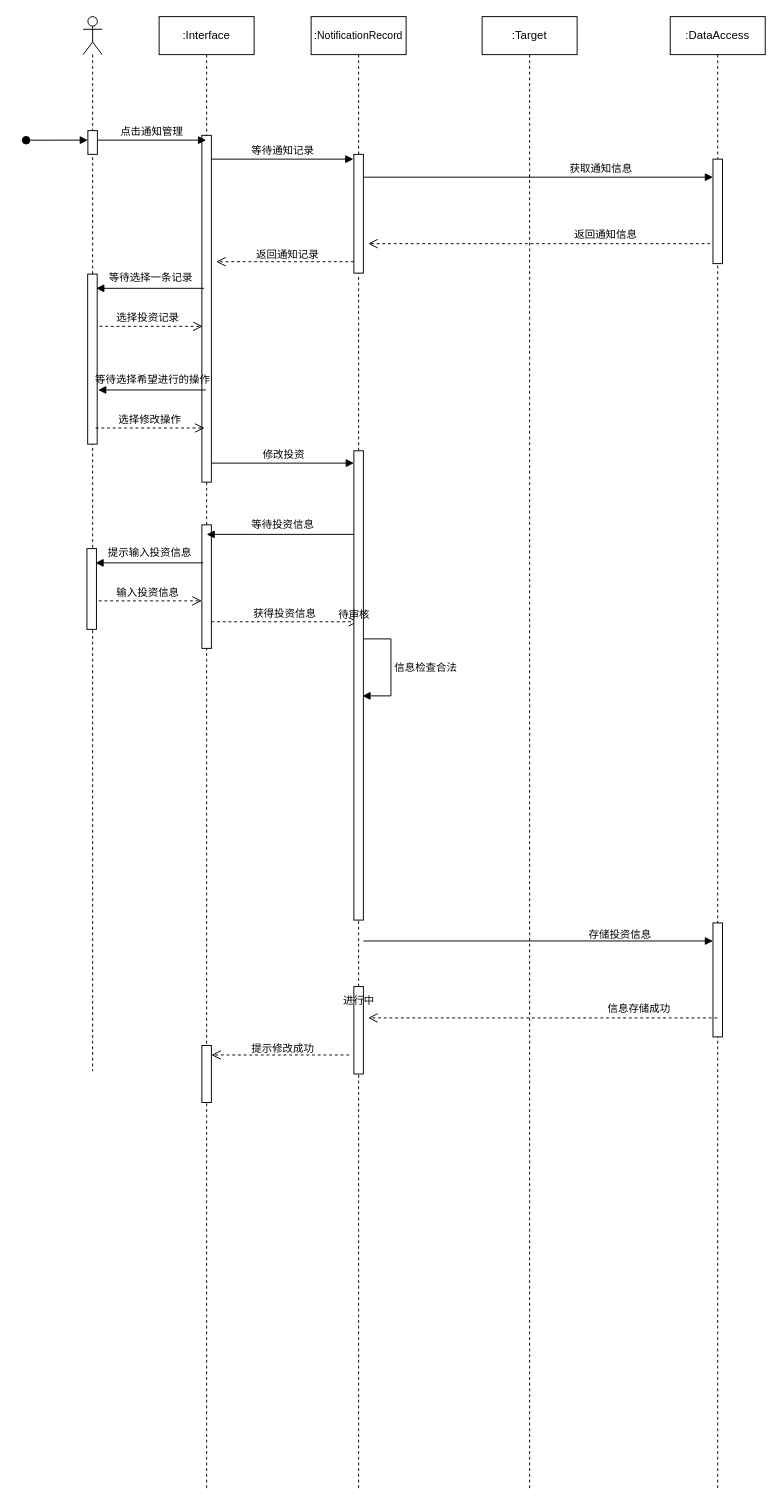
This is 通知管理时序图-异常流-不可修改已过期通知.drawio from PomeloLemon/SoftwareDiagrams, a draw.io file, before an edit. Source tidied: cells renumbered, new cells numbered last; positions are measured from the earlier drawing's top-left corner, leaving out a move shared by most shapes. Both pictures are drawn from the tidied source at 95%, with x=0, y=0 at pixel (26, 16).
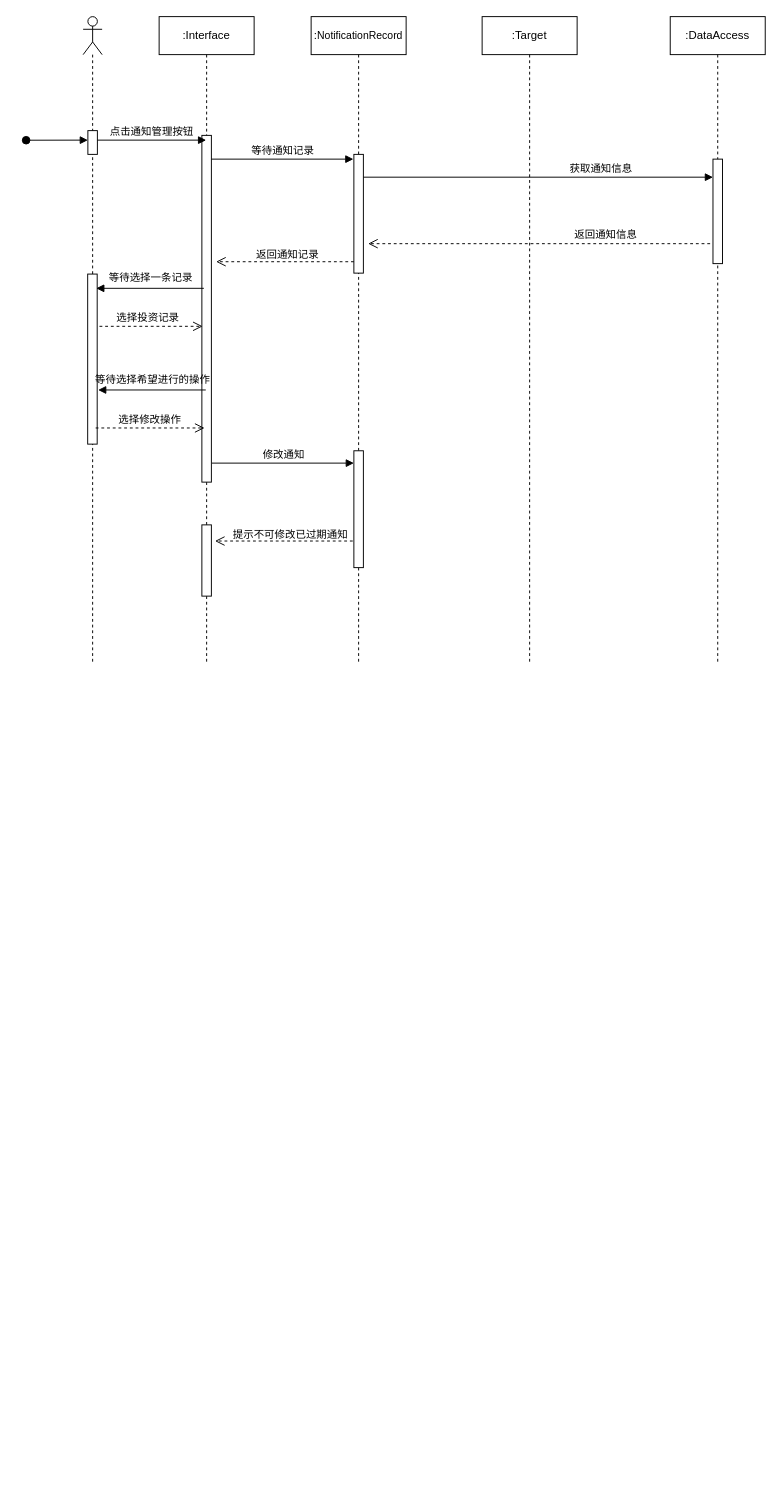
After the change.

Commit message:
更新通知管理时序图-异常流-不可修改已过期通知.drawio

Diff of the diagram source:
```diff
@@
     <mxCell id="2" value="&lt;font style=&quot;font-size: 12px;&quot;&gt;:&lt;/font&gt;&lt;font style=&quot;font-size: 11px;&quot;&gt;&lt;font style=&quot;&quot;&gt;Notification&lt;/font&gt;&lt;font style=&quot;&quot;&gt;Record&lt;/font&gt;&lt;/font&gt;" style="shape=umlLifeline;perimeter=lifelinePerimeter;whiteSpace=wrap;html=1;newEdgeStyle={&quot;edgeStyle&quot;:&quot;elbowEdgeStyle&quot;,&quot;elbow&quot;:&quot;vertical&quot;,&quot;curved&quot;:0,&quot;rounded&quot;:0};" parent="1" vertex="1">
-      <mxGeometry x="300" width="100" height="1550" as="geometry" />
+      <mxGeometry x="300" width="100" height="680" as="geometry" />
     </mxCell>
     <mxCell id="3" value="&lt;font style=&quot;font-size: 12px;&quot;&gt;:Target&lt;/font&gt;" style="shape=umlLifeline;perimeter=lifelinePerimeter;whiteSpace=wrap;html=1;newEdgeStyle={&quot;edgeStyle&quot;:&quot;elbowEdgeStyle&quot;,&quot;elbow&quot;:&quot;vertical&quot;,&quot;curved&quot;:0,&quot;rounded&quot;:0};" parent="1" vertex="1">
-      <mxGeometry x="480" width="100" height="1550" as="geometry" />
+      <mxGeometry x="480" width="100" height="680" as="geometry" />
     </mxCell>
     <mxCell id="4" style="shape=umlLifeline;perimeter=lifelinePerimeter;whiteSpace=wrap;html=1;newEdgeStyle={&quot;curved&quot;:0,&quot;rounded&quot;:0};participant=umlActor;" parent="1" vertex="1">
-      <mxGeometry x="60" width="20" height="1110" as="geometry" />
+      <mxGeometry x="60" width="20" height="680" as="geometry" />
     </mxCell>
     <mxCell id="5" value=":Interface" style="shape=umlLifeline;perimeter=lifelinePerimeter;whiteSpace=wrap;html=1;newEdgeStyle={&quot;curved&quot;:0,&quot;rounded&quot;:0};" parent="1" vertex="1">
-      <mxGeometry x="140" width="100" height="1550" as="geometry" />
+      <mxGeometry x="140" width="100" height="680" as="geometry" />
     </mxCell>
     <mxCell id="6" value=":DataAccess" style="shape=umlLifeline;perimeter=lifelinePerimeter;whiteSpace=wrap;html=1;outlineConnect=0;portConstraint=eastwest;newEdgeStyle={&quot;curved&quot;:0,&quot;rounded&quot;:0};" parent="1" vertex="1">
-      <mxGeometry x="678" width="100" height="1550" as="geometry" />
+      <mxGeometry x="678" width="100" height="680" as="geometry" />
     </mxCell>
@@
-    <mxCell id="11" value="点击通知管理" style="html=1;verticalAlign=bottom;endArrow=block;curved=0;rounded=0;" parent="1" edge="1">
+    <mxCell id="11" value="点击通知管理按钮" style="html=1;verticalAlign=bottom;endArrow=block;curved=0;rounded=0;" parent="1" edge="1">
       <mxGeometry relative="1" as="geometry">
         <mxPoint x="75" y="130" as="sourcePoint" />
         <mxPoint x="189.5" y="130" as="targetPoint" />
       </mxGeometry>
     </mxCell>
@@
-    <mxCell id="27" style="html=1;perimeter=orthogonalPerimeter;targetShapes=umlLifeline;newEdgeStyle={&quot;edgeStyle&quot;:&quot;elbowEdgeStyle&quot;,&quot;elbow&quot;:&quot;vertical&quot;,&quot;curved&quot;:0,&quot;rounded&quot;:0};" parent="1" vertex="1">
-      <mxGeometry x="345" y="1021" width="10" height="92" as="geometry" />
-    </mxCell>
     <mxCell id="28" style="html=1;perimeter=orthogonalPerimeter;targetShapes=umlLifeline;newEdgeStyle={&quot;edgeStyle&quot;:&quot;elbowEdgeStyle&quot;,&quot;elbow&quot;:&quot;vertical&quot;,&quot;curved&quot;:0,&quot;rounded&quot;:0};" parent="1" vertex="1">
-      <mxGeometry x="185" y="535" width="10" height="130" as="geometry" />
+      <mxGeometry x="185" y="535" width="10" height="75" as="geometry" />
     </mxCell>
-    <mxCell id="29" style="html=1;perimeter=orthogonalPerimeter;targetShapes=umlLifeline;newEdgeStyle={&quot;edgeStyle&quot;:&quot;elbowEdgeStyle&quot;,&quot;elbow&quot;:&quot;vertical&quot;,&quot;curved&quot;:0,&quot;rounded&quot;:0};" parent="1" vertex="1">
-      <mxGeometry x="185" y="1083" width="10" height="60" as="geometry" />
-    </mxCell>
-    <mxCell id="30" style="html=1;points=[];perimeter=orthogonalPerimeter;outlineConnect=0;targetShapes=umlLifeline;portConstraint=eastwest;newEdgeStyle={&quot;edgeStyle&quot;:&quot;elbowEdgeStyle&quot;,&quot;elbow&quot;:&quot;vertical&quot;,&quot;curved&quot;:0,&quot;rounded&quot;:0};" parent="1" vertex="1">
-      <mxGeometry x="723" y="954" width="10" height="120" as="geometry" />
-    </mxCell>
-    <mxCell id="31" value="输入投资信息" style="html=1;verticalAlign=bottom;endArrow=open;dashed=1;endSize=8;curved=0;rounded=0;" parent="1" edge="1">
-      <mxGeometry relative="1" as="geometry">
-        <mxPoint x="70.5" y="615" as="sourcePoint" />
-        <mxPoint x="185" y="615" as="targetPoint" />
-      </mxGeometry>
-    </mxCell>
-    <mxCell id="32" value="获得投资信息" style="html=1;verticalAlign=bottom;endArrow=open;dashed=1;endSize=8;curved=0;rounded=0;" parent="1" edge="1">
-      <mxGeometry relative="1" as="geometry">
-        <mxPoint x="195" y="637" as="sourcePoint" />
-        <mxPoint x="349.5" y="637" as="targetPoint" />
-      </mxGeometry>
-    </mxCell>
-    <mxCell id="33" style="html=1;verticalAlign=bottom;endArrow=block;curved=0;rounded=0;exitX=0.961;exitY=1;exitDx=0;exitDy=0;exitPerimeter=0;" parent="1" edge="1">
-      <mxGeometry relative="1" as="geometry">
-        <mxPoint x="345" y="545" as="sourcePoint" />
-        <mxPoint x="190" y="545" as="targetPoint" />
-      </mxGeometry>
-    </mxCell>
-    <mxCell id="34" value="信息检查合法" style="html=1;align=left;spacingLeft=2;endArrow=block;rounded=0;edgeStyle=orthogonalEdgeStyle;curved=0;rounded=0;" parent="1" edge="1">
-      <mxGeometry relative="1" as="geometry">
-        <mxPoint x="354" y="655" as="sourcePoint" />
-        <mxPoint x="354" y="715" as="targetPoint" />
-        <Array as="points">
-          <mxPoint x="384" y="655" />
-          <mxPoint x="384" y="715" />
-        </Array>
-      </mxGeometry>
-    </mxCell>
-    <mxCell id="35" value="&lt;font style=&quot;font-size: 11px;&quot;&gt;进行中&lt;/font&gt;" style="text;html=1;align=center;verticalAlign=middle;strokeColor=none;fillColor=none;" parent="1" vertex="1">
-      <mxGeometry x="320" y="1021" width="60" height="30" as="geometry" />
-    </mxCell>
     <mxCell id="36" style="html=1;perimeter=orthogonalPerimeter;targetShapes=umlLifeline;newEdgeStyle={&quot;curved&quot;:0,&quot;rounded&quot;:0};" parent="1" vertex="1">
-      <mxGeometry x="345" y="457" width="10" height="494" as="geometry" />
+      <mxGeometry x="345" y="457" width="10" height="123" as="geometry" />
     </mxCell>
-    <mxCell id="37" style="html=1;perimeter=orthogonalPerimeter;targetShapes=umlLifeline;newEdgeStyle={&quot;edgeStyle&quot;:&quot;elbowEdgeStyle&quot;,&quot;elbow&quot;:&quot;vertical&quot;,&quot;curved&quot;:0,&quot;rounded&quot;:0};" parent="1" vertex="1">
-      <mxGeometry x="64" y="560" width="10" height="85" as="geometry" />
-    </mxCell>
-    <mxCell id="38" style="html=1;verticalAlign=bottom;endArrow=block;curved=0;rounded=0;exitX=0.961;exitY=1;exitDx=0;exitDy=0;exitPerimeter=0;" parent="1" edge="1">
-      <mxGeometry relative="1" as="geometry">
-        <mxPoint x="186.3" y="575" as="sourcePoint" />
-        <mxPoint x="73" y="575" as="targetPoint" />
-      </mxGeometry>
-    </mxCell>
-    <mxCell id="39" value="&lt;font style=&quot;font-size: 11px;&quot;&gt;等待投资信息&lt;/font&gt;" style="text;html=1;align=center;verticalAlign=middle;strokeColor=none;fillColor=none;" parent="1" vertex="1">
-      <mxGeometry x="225" y="520" width="90" height="30" as="geometry" />
-    </mxCell>
-    <mxCell id="40" value="&lt;font style=&quot;font-size: 11px;&quot;&gt;提示输入投资信息&lt;/font&gt;" style="text;html=1;align=center;verticalAlign=middle;strokeColor=none;fillColor=none;" parent="1" vertex="1">
-      <mxGeometry x="75.1" y="549" width="110" height="30" as="geometry" />
-    </mxCell>
-    <mxCell id="41" style="html=1;verticalAlign=bottom;endArrow=block;curved=0;rounded=0;" parent="1" edge="1" target="30">
-      <mxGeometry relative="1" as="geometry">
-        <mxPoint x="355" y="973" as="sourcePoint" />
-      </mxGeometry>
-    </mxCell>
-    <mxCell id="42" value="&lt;font style=&quot;font-size: 11px;&quot;&gt;存储投资信息&lt;/font&gt;" style="text;html=1;align=center;verticalAlign=middle;strokeColor=none;fillColor=none;" parent="1" vertex="1">
-      <mxGeometry x="580" y="951" width="90" height="30" as="geometry" />
-    </mxCell>
-    <mxCell id="43" style="html=1;verticalAlign=bottom;endArrow=open;dashed=1;endSize=8;curved=0;rounded=0;" parent="1" edge="1" source="6">
-      <mxGeometry relative="1" as="geometry">
-        <mxPoint x="360" y="1054" as="targetPoint" />
-      </mxGeometry>
-    </mxCell>
-    <mxCell id="44" value="&lt;font style=&quot;font-size: 11px;&quot;&gt;信息存储成功&lt;/font&gt;" style="text;html=1;align=center;verticalAlign=middle;strokeColor=none;fillColor=none;" parent="1" vertex="1">
-      <mxGeometry x="600" y="1029" width="90" height="30" as="geometry" />
-    </mxCell>
     <mxCell id="45" style="html=1;verticalAlign=bottom;endArrow=open;dashed=1;endSize=8;curved=0;rounded=0;" parent="1" edge="1">
       <mxGeometry relative="1" as="geometry">
-        <mxPoint x="340" y="1093" as="sourcePoint" />
-        <mxPoint x="195" y="1093" as="targetPoint" />
+        <mxPoint x="343.8" y="552" as="sourcePoint" />
+        <mxPoint x="198.8" y="552" as="targetPoint" />
       </mxGeometry>
     </mxCell>
-    <mxCell id="46" value="&lt;font style=&quot;font-size: 11px;&quot;&gt;提示修改成功&lt;/font&gt;" style="text;html=1;align=center;verticalAlign=middle;strokeColor=none;fillColor=none;" parent="1" vertex="1">
-      <mxGeometry x="225" y="1071" width="90" height="30" as="geometry" />
+    <mxCell id="46" value="&lt;font style=&quot;font-size: 11px;&quot;&gt;提示不可修改已过期通知&lt;/font&gt;" style="text;html=1;align=center;verticalAlign=middle;strokeColor=none;fillColor=none;" parent="1" vertex="1">
+      <mxGeometry x="207.8" y="530" width="140" height="30" as="geometry" />
     </mxCell>
-    <mxCell id="47" value="&lt;font style=&quot;font-size: 11px;&quot;&gt;待审核&lt;/font&gt;" style="text;html=1;align=center;verticalAlign=middle;strokeColor=none;fillColor=none;" parent="1" vertex="1">
-      <mxGeometry x="315" y="615" width="60" height="30" as="geometry" />
-    </mxCell>
-    <mxCell id="48" value="修改投资" style="html=1;verticalAlign=bottom;endArrow=block;curved=0;rounded=0;" parent="1" edge="1">
+    <mxCell id="48" value="修改通知" style="html=1;verticalAlign=bottom;endArrow=block;curved=0;rounded=0;" parent="1" edge="1">
       <mxGeometry relative="1" as="geometry">
         <mxPoint x="195.5" y="470" as="sourcePoint" />
         <mxPoint x="345" y="470" as="targetPoint" />
       </mxGeometry>
     </mxCell>
```
